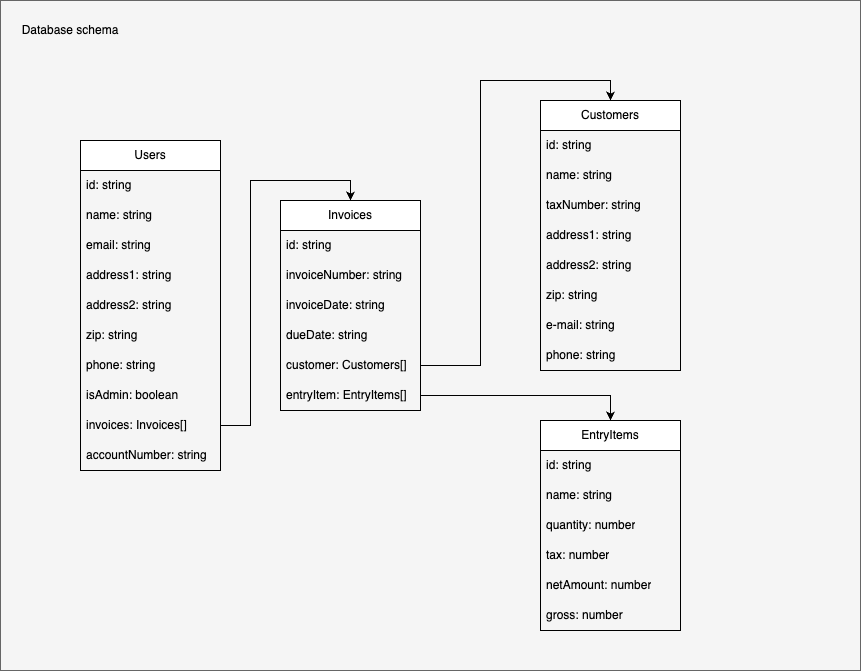
The draw.io diagram Efaktury24.database.png in terabajt/invoices2, before a commit. Source tidied: cells renumbered, new cells last; positions are measured from the earlier drawing's top-left corner, leaving out a move shared by most shapes.
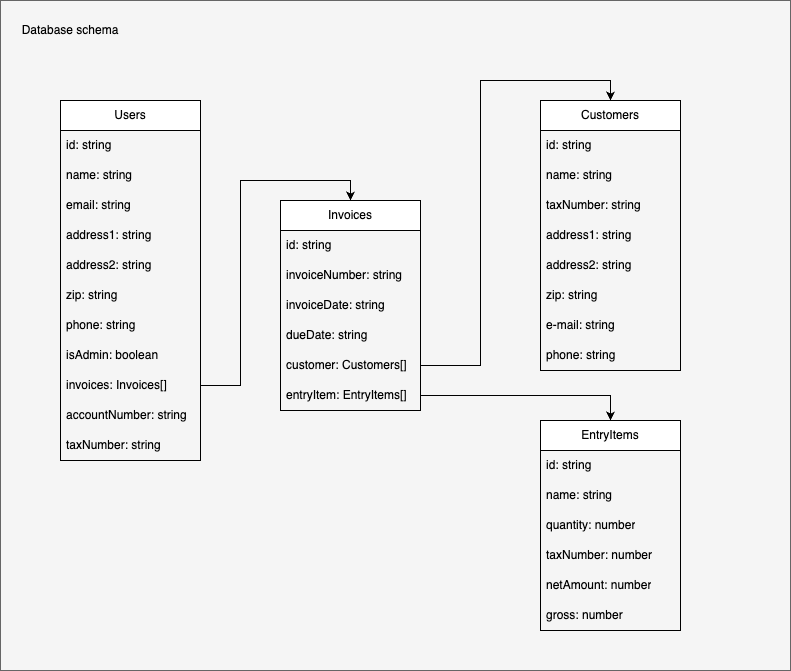
After the change.

Diff of the diagram source:
```diff
@@ -3,7 +3,7 @@
     <mxCell id="0" />
     <mxCell id="1" parent="0" />
     <mxCell id="2" style="rounded=0;whiteSpace=wrap;html=1;fillColor=#f5f5f5;strokeColor=#666666;fontColor=#333333;" parent="1" vertex="1">
-      <mxGeometry width="860" height="670" as="geometry" />
+      <mxGeometry width="790" height="670" as="geometry" />
     </mxCell>
     <mxCell id="3" value="Invoices" style="swimlane;fontStyle=0;horizontal=1;startSize=30;whiteSpace=wrap;html=1;" parent="1" vertex="1">
       <mxGeometry x="280" y="200" width="140" height="210" as="geometry" />
@@ -54,7 +54,7 @@
       <mxGeometry y="240" width="140" height="30" as="geometry" />
     </mxCell>
     <mxCell id="19" value="Users" style="swimlane;fontStyle=0;horizontal=1;startSize=30;whiteSpace=wrap;html=1;" parent="1" vertex="1">
-      <mxGeometry x="80" y="140" width="140" height="330" as="geometry" />
+      <mxGeometry x="60" y="100" width="140" height="360" as="geometry" />
     </mxCell>
     <mxCell id="20" value="id: string" style="text;strokeColor=none;fillColor=none;align=left;verticalAlign=middle;spacingLeft=4;spacingRight=4;overflow=hidden;whiteSpace=wrap;html=1;" parent="19" vertex="1">
       <mxGeometry y="30" width="140" height="30" as="geometry" />
@@ -86,6 +86,9 @@
     <mxCell id="29" value="accountNumber: string" style="text;strokeColor=none;fillColor=none;align=left;verticalAlign=middle;spacingLeft=4;spacingRight=4;overflow=hidden;whiteSpace=wrap;html=1;" parent="19" vertex="1">
       <mxGeometry y="300" width="140" height="30" as="geometry" />
     </mxCell>
+    <mxCell id="41" value="taxNumber: string" style="text;strokeColor=none;fillColor=none;align=left;verticalAlign=middle;spacingLeft=4;spacingRight=4;overflow=hidden;whiteSpace=wrap;html=1;" parent="19" vertex="1">
+      <mxGeometry y="330" width="140" height="30" as="geometry" />
+    </mxCell>
     <mxCell id="30" style="edgeStyle=orthogonalEdgeStyle;rounded=0;jettySize=auto;html=1;exitX=1;exitY=0.5;exitDx=0;exitDy=0;entryX=0.5;entryY=0;entryDx=0;entryDy=0;" parent="1" edge="1" source="28" target="3">
       <mxGeometry relative="1" as="geometry" />
     </mxCell>
@@ -104,7 +107,7 @@
     <mxCell id="35" value="quantity: number" style="text;strokeColor=none;fillColor=none;align=left;verticalAlign=middle;spacingLeft=4;spacingRight=4;overflow=hidden;whiteSpace=wrap;html=1;" parent="32" vertex="1">
       <mxGeometry y="90" width="140" height="30" as="geometry" />
     </mxCell>
-    <mxCell id="36" value="tax: number" style="text;strokeColor=none;fillColor=none;align=left;verticalAlign=middle;spacingLeft=4;spacingRight=4;overflow=hidden;whiteSpace=wrap;html=1;" parent="32" vertex="1">
+    <mxCell id="36" value="taxNumber: number" style="text;strokeColor=none;fillColor=none;align=left;verticalAlign=middle;spacingLeft=4;spacingRight=4;overflow=hidden;whiteSpace=wrap;html=1;" parent="32" vertex="1">
       <mxGeometry y="120" width="140" height="30" as="geometry" />
     </mxCell>
     <mxCell id="37" value="netAmount: number" style="text;strokeColor=none;fillColor=none;align=left;verticalAlign=middle;spacingLeft=4;spacingRight=4;overflow=hidden;whiteSpace=wrap;html=1;" parent="32" vertex="1">
```
